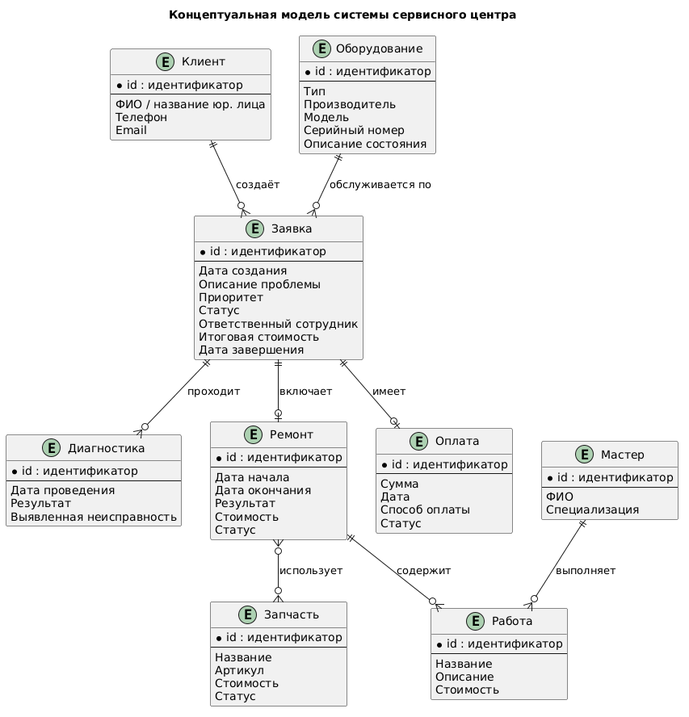
Above: images/concept.png in semechko-s/Db_study (PlantUML), before the change.
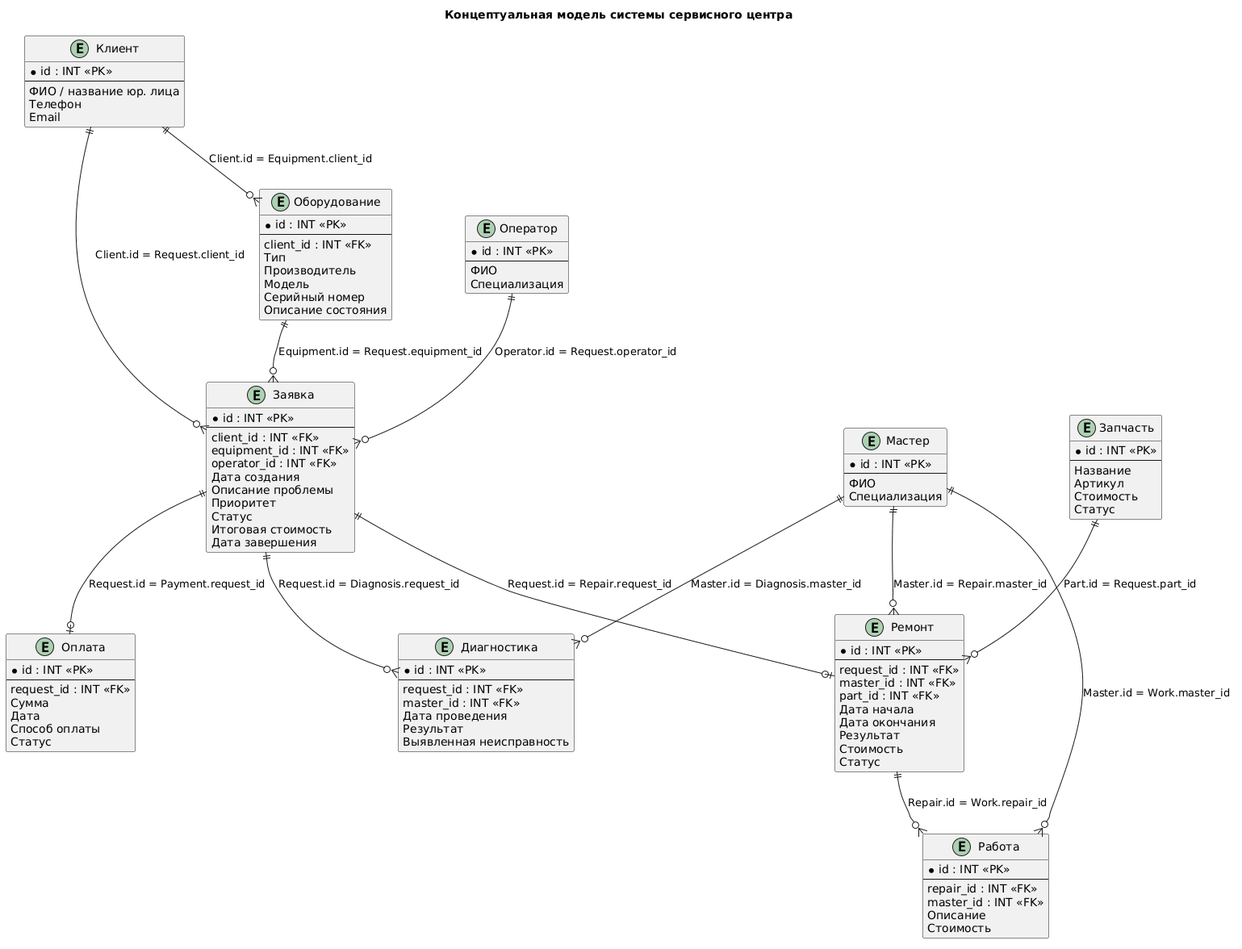
The same diagram one commit later.

Commit message:
Исправил концептуальную модель

What changed in the source:
```diff
@@ -1,8 +1,11 @@
 @startuml
 title Концептуальная модель системы сервисного центра
 
+hide methods
+hide stereotypes
+
 entity "Клиент" as Client {
-    * id : идентификатор
+    * id : INT <<PK>>
     --
     ФИО / название юр. лица
     Телефон
@@ -10,8 +13,9 @@
 }
 
 entity "Оборудование" as Equipment {
-    * id : идентификатор
+    * id : INT <<PK>>
     --
+    client_id : INT <<FK>>
     Тип
     Производитель
     Модель
@@ -20,28 +24,35 @@
 }
 
 entity "Заявка" as Request {
-    * id : идентификатор
+    * id : INT <<PK>>
     --
+    client_id : INT <<FK>>
+    equipment_id : INT <<FK>>
+    operator_id : INT <<FK>>
     Дата создания
     Описание проблемы
     Приоритет
     Статус
-    Ответственный сотрудник
     Итоговая стоимость
     Дата завершения
 }
 
 entity "Диагностика" as Diagnosis {
-    * id : идентификатор
+    * id : INT <<PK>>
     --
+    request_id : INT <<FK>>
+    master_id : INT <<FK>>
     Дата проведения
     Результат
     Выявленная неисправность
 }
 
 entity "Ремонт" as Repair {
-    * id : идентификатор
+    * id : INT <<PK>>
     --
+    request_id : INT <<FK>>
+    master_id : INT <<FK>>
+    part_id : INT <<FK>>
     Дата начала
     Дата окончания
     Результат
@@ -50,22 +61,23 @@
 }
 
 entity "Работа" as Work {
-    * id : идентификатор
+    * id : INT <<PK>>
     --
-    Название
+    repair_id : INT <<FK>>
+    master_id : INT <<FK>>
     Описание
     Стоимость
 }
 
 entity "Мастер" as Master {
-    * id : идентификатор
+    * id : INT <<PK>>
     --
     ФИО
     Специализация
 }
 
 entity "Запчасть" as Part {
-    * id : идентификатор
+    * id : INT <<PK>>
     --
     Название
     Артикул
@@ -74,24 +86,45 @@
 }
 
 entity "Оплата" as Payment {
-    * id : идентификатор
+    * id : INT <<PK>>
     --
+    request_id : INT <<FK>>
     Сумма
     Дата
     Способ оплаты
     Статус
 }
 
-Client ||--o{ Request : "создаёт"
-Equipment ||--o{ Request : "обслуживается по"
+entity "Оператор" as Operator {
+    * id : INT <<PK>>
+    --
+    ФИО
+    Специализация
+}
 
-Request ||--o{ Diagnosis : "проходит"
-Request ||--o| Repair : "включает"
 
-Repair ||--o{ Work : "содержит"
-Master ||--o{ Work : "выполняет"
 
-Repair }o--o{ Part : "использует"
+Client ||--o{ Equipment : "Client.id = Equipment.client_id"
 
-Request ||--o| Payment : "имеет"
+Client ||--o{ Request : "Client.id = Request.client_id"
+
+Equipment ||--o{ Request : "Equipment.id = Request.equipment_id"
+
+Operator ||--o{ Request : "Operator.id = Request.operator_id"
+
+Request ||--o{ Diagnosis : "Request.id = Diagnosis.request_id"
+
+Master ||--o{ Diagnosis : "Master.id = Diagnosis.master_id"
+
+Request ||--o| Repair : "Request.id = Repair.request_id"
+
+Master ||--o{ Repair : "Master.id = Repair.master_id"
+
+Repair ||--o{ Work : "Repair.id = Work.repair_id"
+
+Master ||--o{ Work : "Master.id = Work.master_id"
+
+Request ||--o| Payment : "Request.id = Payment.request_id"
+
+Part ||--o{  Repair : "Part.id = Request.part_id"
 @enduml
```
